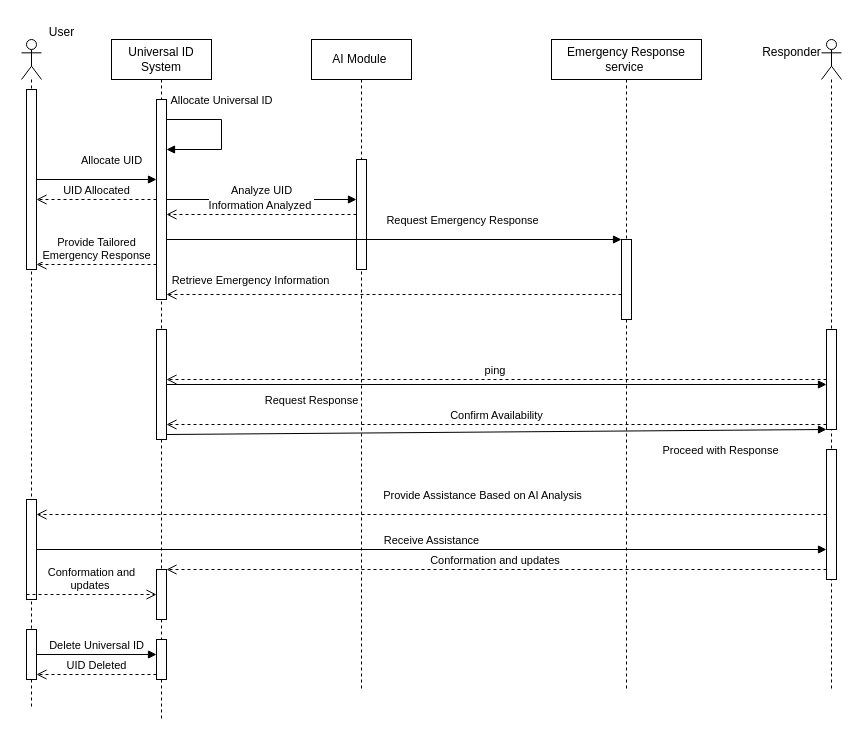
This is AI-Based Universal ID System for Global Response and Services with 6G Network submission.drawio.xml from kbsha/private, a draw.io file, before an edit. Source tidied: cells renumbered, new cells numbered last; positions are measured from the earlier drawing's top-left corner, leaving out a move shared by most shapes. Both pictures are drawn from the tidied source at 100%, with x=0, y=0 at pixel (21, 17).
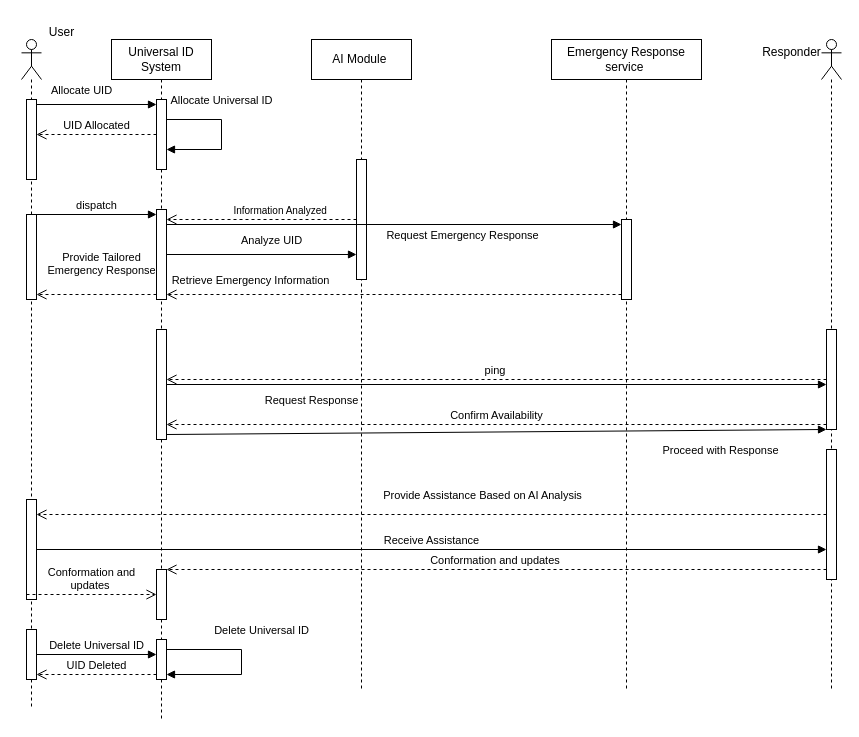
The same diagram, later.

The change refers to these unchanged cells:
```xml
<mxCell id="2" style="shape=umlLifeline;perimeter=lifelinePerimeter;whiteSpace=wrap;html=1;newEdgeStyle={&quot;curved&quot;:0,&quot;rounded&quot;:0};participant=umlActor;" parent="1" vertex="1">
  <mxGeometry y="22" width="20" height="670" as="geometry" />
</mxCell>
<mxCell id="9" value="Universal ID System" style="shape=umlLifeline;perimeter=lifelinePerimeter;whiteSpace=wrap;html=1;newEdgeStyle={&quot;curved&quot;:0,&quot;rounded&quot;:0};" parent="1" vertex="1">
  <mxGeometry x="90" y="22" width="100" height="680" as="geometry" />
</mxCell>
<mxCell id="14" style="html=1;points=[[0,0,0,0,5],[0,1,0,0,-5],[1,0,0,0,5],[1,1,0,0,-5]];perimeter=orthogonalPerimeter;outlineConnect=0;targetShapes=umlLifeline;portConstraint=eastwest;newEdgeStyle={&quot;curved&quot;:0,&quot;rounded&quot;:0};" parent="9" vertex="1">
  <mxGeometry x="45" y="600" width="10" height="40" as="geometry" />
</mxCell>
<mxCell id="17" value="AI Module&amp;nbsp;" style="shape=umlLifeline;perimeter=lifelinePerimeter;whiteSpace=wrap;html=1;newEdgeStyle={&quot;curved&quot;:0,&quot;rounded&quot;:0};" parent="1" vertex="1">
  <mxGeometry x="290" y="22" width="100" height="650" as="geometry" />
</mxCell>
<mxCell id="19" value="Emergency Response service&amp;nbsp;" style="shape=umlLifeline;perimeter=lifelinePerimeter;whiteSpace=wrap;html=1;newEdgeStyle={&quot;curved&quot;:0,&quot;rounded&quot;:0};" parent="1" vertex="1">
  <mxGeometry x="530" y="22" width="150" height="650" as="geometry" />
</mxCell>
```

Change to the diagram source:
```diff
@@
     <mxCell id="3" style="html=1;points=[[0,0,0,0,5],[0,1,0,0,-5],[1,0,0,0,5],[1,1,0,0,-5]];perimeter=orthogonalPerimeter;outlineConnect=0;targetShapes=umlLifeline;portConstraint=eastwest;newEdgeStyle={&quot;curved&quot;:0,&quot;rounded&quot;:0};" parent="2" vertex="1">
-      <mxGeometry x="5" y="50" width="10" height="180" as="geometry" />
+      <mxGeometry x="5" y="60" width="10" height="80" as="geometry" />
     </mxCell>
@@
+    <mxCell id="38" style="html=1;points=[[0,0,0,0,5],[0,1,0,0,-5],[1,0,0,0,5],[1,1,0,0,-5]];perimeter=orthogonalPerimeter;outlineConnect=0;targetShapes=umlLifeline;portConstraint=eastwest;newEdgeStyle={&quot;curved&quot;:0,&quot;rounded&quot;:0};" parent="2" vertex="1">
+      <mxGeometry x="5" y="175" width="10" height="85" as="geometry" />
+    </mxCell>
@@
     <mxCell id="10" style="html=1;points=[[0,0,0,0,5],[0,1,0,0,-5],[1,0,0,0,5],[1,1,0,0,-5]];perimeter=orthogonalPerimeter;outlineConnect=0;targetShapes=umlLifeline;portConstraint=eastwest;newEdgeStyle={&quot;curved&quot;:0,&quot;rounded&quot;:0};" parent="9" vertex="1">
-      <mxGeometry x="45" y="60" width="10" height="200" as="geometry" />
+      <mxGeometry x="45" y="170" width="10" height="90" as="geometry" />
     </mxCell>
-    <mxCell id="11" value="Allocate Universal ID" style="html=1;verticalAlign=bottom;endArrow=block;curved=0;rounded=0;" parent="9" edge="1" source="10" target="10">
+    <mxCell id="11" value="Allocate Universal ID" style="html=1;verticalAlign=bottom;endArrow=block;curved=0;rounded=0;" parent="9" edge="1" source="40" target="40">
       <mxGeometry x="-0.21" y="-10" relative="1" as="geometry">
         <Array as="points">
           <mxPoint x="110" y="80" />
           <mxPoint x="110" y="110" />
         </Array>
         <mxPoint x="10" y="-10" as="offset" />
       </mxGeometry>
     </mxCell>
@@
+    <mxCell id="39" value="Delete Universal ID" style="html=1;verticalAlign=bottom;endArrow=block;curved=0;rounded=0;entryX=1;entryY=1;entryDx=0;entryDy=-5;entryPerimeter=0;" parent="9" edge="1" source="14" target="14">
+      <mxGeometry x="-0.14" y="22" relative="1" as="geometry">
+        <Array as="points">
+          <mxPoint x="130" y="610" />
+          <mxPoint x="130" y="635" />
+        </Array>
+        <mxPoint x="-2" y="-10" as="offset" />
+      </mxGeometry>
+    </mxCell>
+    <mxCell id="40" style="html=1;points=[[0,0,0,0,5],[0,1,0,0,-5],[1,0,0,0,5],[1,1,0,0,-5]];perimeter=orthogonalPerimeter;outlineConnect=0;targetShapes=umlLifeline;portConstraint=eastwest;newEdgeStyle={&quot;curved&quot;:0,&quot;rounded&quot;:0};" parent="9" vertex="1">
+      <mxGeometry x="45" y="60" width="10" height="70" as="geometry" />
+    </mxCell>
-    <mxCell id="15" value="Allocate UID" style="html=1;verticalAlign=bottom;endArrow=block;curved=0;rounded=0;" parent="1" edge="1" source="3" target="10">
-      <mxGeometry x="0.25" y="10" relative="1" as="geometry" />
+    <mxCell id="15" value="Allocate UID" style="html=1;verticalAlign=bottom;endArrow=block;curved=0;rounded=0;entryX=0;entryY=0;entryDx=0;entryDy=5;entryPerimeter=0;" parent="1" edge="1" source="3" target="40">
+      <mxGeometry x="-0.25" y="5" relative="1" as="geometry" />
     </mxCell>
-    <mxCell id="16" value="UID Allocated" style="html=1;verticalAlign=bottom;endArrow=open;dashed=1;endSize=8;curved=0;rounded=0;" parent="1" edge="1" source="10" target="3">
+    <mxCell id="16" value="UID Allocated" style="html=1;verticalAlign=bottom;endArrow=open;dashed=1;endSize=8;curved=0;rounded=0;" parent="1" edge="1" source="40" target="3">
       <mxGeometry relative="1" as="geometry" />
     </mxCell>
@@
     <mxCell id="18" style="html=1;points=[[0,0,0,0,5],[0,1,0,0,-5],[1,0,0,0,5],[1,1,0,0,-5]];perimeter=orthogonalPerimeter;outlineConnect=0;targetShapes=umlLifeline;portConstraint=eastwest;newEdgeStyle={&quot;curved&quot;:0,&quot;rounded&quot;:0};" parent="17" vertex="1">
-      <mxGeometry x="45" y="120" width="10" height="110" as="geometry" />
+      <mxGeometry x="45" y="120" width="10" height="120" as="geometry" />
     </mxCell>
@@
     <mxCell id="20" style="html=1;points=[[0,0,0,0,5],[0,1,0,0,-5],[1,0,0,0,5],[1,1,0,0,-5]];perimeter=orthogonalPerimeter;outlineConnect=0;targetShapes=umlLifeline;portConstraint=eastwest;newEdgeStyle={&quot;curved&quot;:0,&quot;rounded&quot;:0};" parent="19" vertex="1">
-      <mxGeometry x="70" y="200" width="10" height="80" as="geometry" />
+      <mxGeometry x="70" y="180" width="10" height="80" as="geometry" />
     </mxCell>
@@
     <mxCell id="23" value="Analyze UID" style="html=1;verticalAlign=bottom;endArrow=block;curved=0;rounded=0;" parent="1" edge="1" source="10" target="18">
-      <mxGeometry relative="1" as="geometry" />
+      <mxGeometry x="0.11" y="5" relative="1" as="geometry" />
     </mxCell>
-    <mxCell id="24" value="Information Analyzed&amp;nbsp;" style="html=1;verticalAlign=bottom;endArrow=open;dashed=1;endSize=8;curved=0;rounded=0;" parent="1" edge="1" source="18" target="10">
-      <mxGeometry relative="1" as="geometry" />
+    <mxCell id="24" value="&lt;font style=&quot;font-size: 10px;&quot;&gt;Information Analyzed&amp;nbsp;&lt;/font&gt;" style="html=1;verticalAlign=bottom;endArrow=open;dashed=1;endSize=8;curved=0;rounded=0;" parent="1" edge="1" source="18" target="10">
+      <mxGeometry x="-0.21" relative="1" as="geometry" />
     </mxCell>
-    <mxCell id="25" value="Request Emergency Response" style="html=1;verticalAlign=bottom;endArrow=block;curved=0;rounded=0;" parent="1" edge="1" source="10" target="20">
-      <mxGeometry x="0.3" y="10" relative="1" as="geometry" />
+    <mxCell id="25" value="Request Emergency Response" style="html=1;verticalAlign=bottom;endArrow=block;curved=0;rounded=0;entryX=0;entryY=0;entryDx=0;entryDy=5;entryPerimeter=0;" parent="1" edge="1" source="10" target="20">
+      <mxGeometry x="0.3" y="-20" relative="1" as="geometry" />
     </mxCell>
@@
-    <mxCell id="27" value="Provide Tailored &lt;br&gt;Emergency Response" style="html=1;verticalAlign=bottom;endArrow=open;dashed=1;endSize=8;curved=0;rounded=0;entryX=1;entryY=1;entryDx=0;entryDy=-5;entryPerimeter=0;" parent="1" edge="1" source="10" target="3">
-      <mxGeometry relative="1" as="geometry" />
+    <mxCell id="27" value="Provide Tailored &lt;br&gt;Emergency Response" style="html=1;verticalAlign=bottom;endArrow=open;dashed=1;endSize=8;curved=0;rounded=0;entryX=1;entryY=1;entryDx=0;entryDy=-5;entryPerimeter=0;exitX=0;exitY=1;exitDx=0;exitDy=-5;exitPerimeter=0;" parent="1" edge="1" source="10" target="38">
+      <mxGeometry x="-0.08" y="-15" relative="1" as="geometry" />
     </mxCell>
@@
+    <mxCell id="41" value="dispatch" style="html=1;verticalAlign=bottom;endArrow=block;curved=0;rounded=0;entryX=0;entryY=0;entryDx=0;entryDy=5;entryPerimeter=0;" parent="1" edge="1" source="38" target="10">
+      <mxGeometry relative="1" as="geometry" />
+    </mxCell>
```
